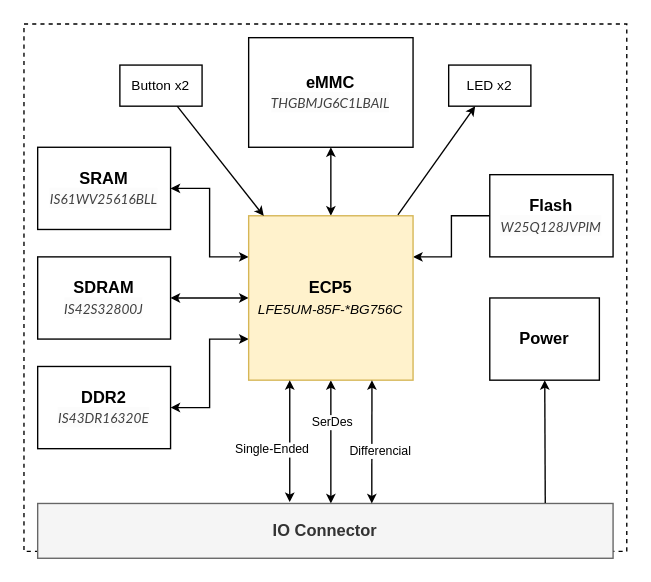
Earlier version of the draw.io diagram docs/src/assets/overview.drawio (ECAP5/ECAP5-BSOM). Source tidied: cells renumbered, new cells numbered last; positions are measured from the earlier drawing's top-left corner, leaving out a move shared by most shapes. Both pictures are drawn from the tidied source at 137%, with x=0, y=0 at pixel (23, 23).
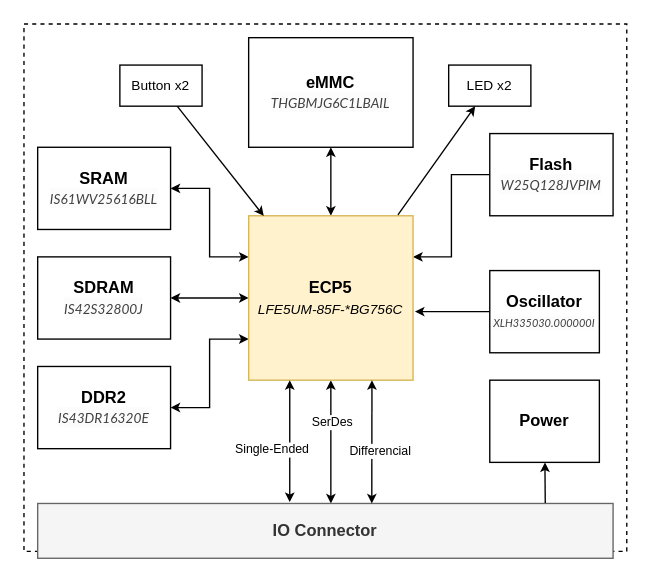
After the change.

Unchanged cells that the change refers to:
```xml
<mxCell id="10" value="&lt;b&gt;ECP5&lt;/b&gt;&lt;div&gt;&lt;font style=&quot;font-size: 10px;&quot;&gt;&lt;i&gt;LFE5UM-85F-*BG756C&lt;/i&gt;&lt;/font&gt;&lt;/div&gt;" style="whiteSpace=wrap;html=1;fillColor=#fff2cc;strokeColor=#d6b656;" parent="1" vertex="1">
  <mxGeometry x="164" y="140" width="120" height="120" as="geometry" />
</mxCell>
```

The edit, as a diff of the source:
```diff
@@
     <mxCell id="15" value="&lt;b&gt;Power&lt;/b&gt;" style="rounded=0;whiteSpace=wrap;html=1;" parent="1" vertex="1">
-      <mxGeometry x="340" y="200" width="80" height="60" as="geometry" />
+      <mxGeometry x="340" y="260" width="80" height="60" as="geometry" />
     </mxCell>
     <mxCell id="16" value="&lt;b&gt;Flash&lt;/b&gt;&lt;div&gt;&lt;span style=&quot;caret-color: rgb(64, 64, 64); color: rgb(64, 64, 64); font-family: Lato, proxima-nova, &amp;quot;Helvetica Neue&amp;quot;, Arial, sans-serif; text-align: start; background-color: rgb(252, 252, 252);&quot;&gt;&lt;i style=&quot;&quot;&gt;&lt;font style=&quot;font-size: 10px;&quot;&gt;W25Q128JVPIM&lt;/font&gt;&lt;/i&gt;&lt;/span&gt;&lt;b&gt;&lt;br&gt;&lt;/b&gt;&lt;/div&gt;" style="rounded=0;whiteSpace=wrap;html=1;" parent="1" vertex="1">
-      <mxGeometry x="340" y="110" width="90" height="60" as="geometry" />
+      <mxGeometry x="340" y="80" width="90" height="60" as="geometry" />
     </mxCell>
@@
+    <mxCell id="27" value="&lt;b&gt;Oscillator&lt;/b&gt;&lt;div&gt;&lt;i style=&quot;background-color: initial; font-size: 8px;&quot;&gt;&lt;span style=&quot;background-color: rgb(252, 252, 252); color: rgb(64, 64, 64); font-family: Lato, proxima-nova, &amp;quot;Helvetica Neue&amp;quot;, Arial, sans-serif; text-align: start; caret-color: rgb(64, 64, 64);&quot;&gt;XLH335030.000000I&lt;/span&gt;&lt;/i&gt;&lt;/div&gt;" style="rounded=0;whiteSpace=wrap;html=1;" parent="1" vertex="1">
+      <mxGeometry x="340" y="180" width="80" height="60" as="geometry" />
+    </mxCell>
+    <mxCell id="28" style="edgeStyle=orthogonalEdgeStyle;rounded=0;jettySize=auto;html=1;entryX=1.011;entryY=0.583;entryDx=0;entryDy=0;entryPerimeter=0;endSize=4;startSize=4;" parent="1" edge="1" source="27" target="10">
+      <mxGeometry relative="1" as="geometry" />
+    </mxCell>
```
